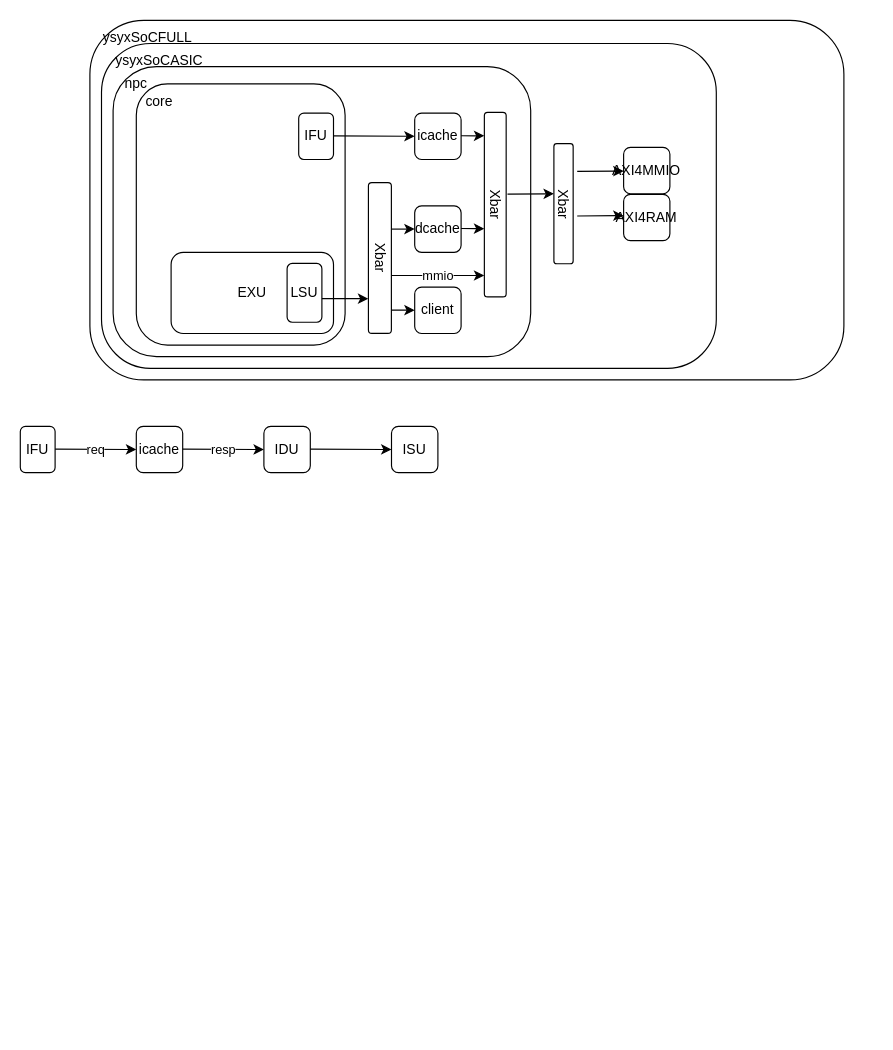
Before: page "Page-1" (1 of 2) of npc_architecture.drawio in DavidZyy/drawio_repo, a draw.io diagram. Source tidied: cells renumbered, new cells numbered last; positions are measured from the earlier drawing's top-left corner, leaving out a move shared by most shapes. Both pictures are drawn from the tidied source at 116%, with x=0, y=0 at pixel (20, 20).
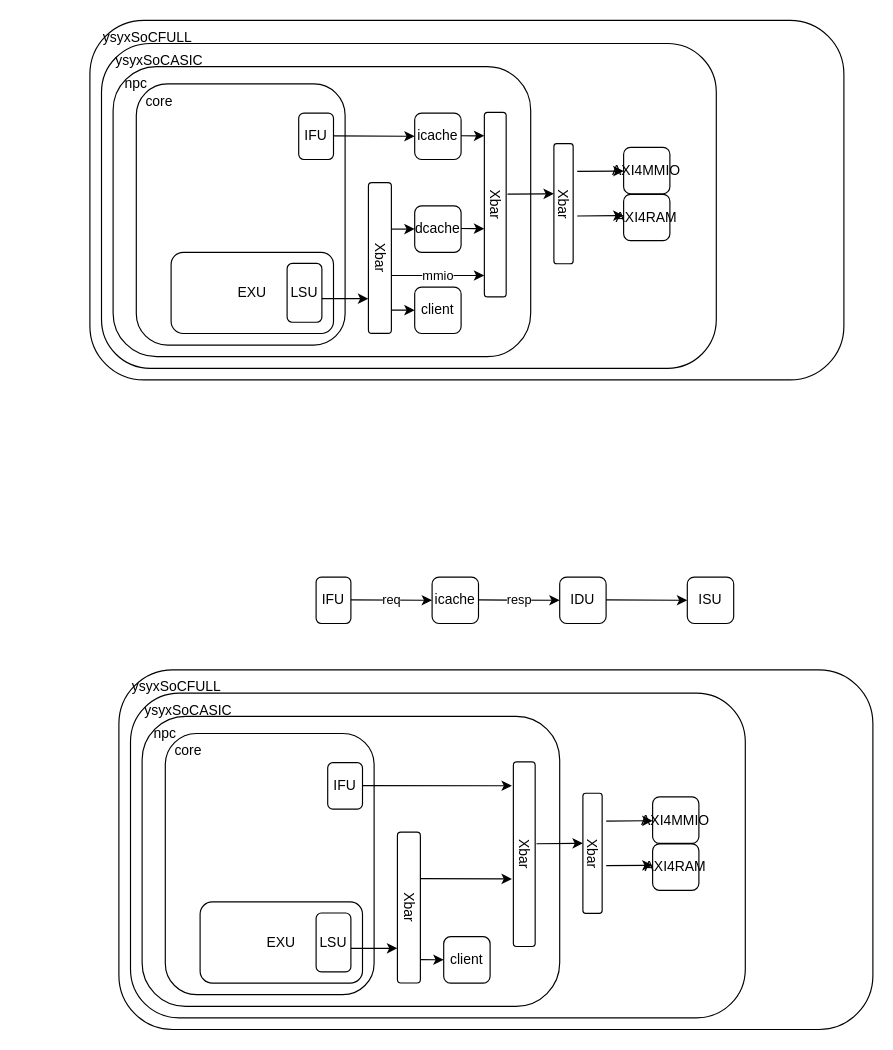
The same page after the edit.

What changed in the source:
```diff
@@
     <mxCell id="27" value="IFU" style="rounded=1;whiteSpace=wrap;html=1;" parent="1" vertex="1">
-      <mxGeometry y="350" width="30" height="40" as="geometry" />
+      <mxGeometry x="255" y="480" width="30" height="40" as="geometry" />
     </mxCell>
     <mxCell id="28" value="req" style="edgeStyle=none;orthogonalLoop=1;jettySize=auto;html=1;rounded=0;" parent="1" edge="1">
       <mxGeometry relative="1" as="geometry">
-        <mxPoint x="30" y="369.7" as="sourcePoint" />
-        <mxPoint x="100" y="370" as="targetPoint" />
+        <mxPoint x="285" y="499.7" as="sourcePoint" />
+        <mxPoint x="355" y="500" as="targetPoint" />
       </mxGeometry>
     </mxCell>
     <mxCell id="29" value="icache" style="rounded=1;whiteSpace=wrap;html=1;" parent="1" vertex="1">
-      <mxGeometry x="100" y="350" width="40" height="40" as="geometry" />
+      <mxGeometry x="355" y="480" width="40" height="40" as="geometry" />
     </mxCell>
     <mxCell id="30" value="resp" style="edgeStyle=none;orthogonalLoop=1;jettySize=auto;html=1;rounded=0;" parent="1" edge="1">
       <mxGeometry relative="1" as="geometry">
-        <mxPoint x="140" y="369.7" as="sourcePoint" />
-        <mxPoint x="210" y="370" as="targetPoint" />
+        <mxPoint x="395" y="499.7" as="sourcePoint" />
+        <mxPoint x="465" y="500" as="targetPoint" />
       </mxGeometry>
     </mxCell>
     <mxCell id="31" value="IDU" style="rounded=1;whiteSpace=wrap;html=1;" parent="1" vertex="1">
-      <mxGeometry x="210" y="350" width="40" height="40" as="geometry" />
+      <mxGeometry x="465" y="480" width="40" height="40" as="geometry" />
     </mxCell>
     <mxCell id="32" style="edgeStyle=none;orthogonalLoop=1;jettySize=auto;html=1;rounded=0;" parent="1" edge="1">
       <mxGeometry relative="1" as="geometry">
-        <mxPoint x="250" y="369.7" as="sourcePoint" />
-        <mxPoint x="320" y="370" as="targetPoint" />
+        <mxPoint x="505" y="499.7" as="sourcePoint" />
+        <mxPoint x="575" y="500" as="targetPoint" />
       </mxGeometry>
     </mxCell>
     <mxCell id="33" value="ISU" style="rounded=1;whiteSpace=wrap;html=1;" parent="1" vertex="1">
-      <mxGeometry x="320" y="350" width="40" height="40" as="geometry" />
+      <mxGeometry x="575" y="480" width="40" height="40" as="geometry" />
     </mxCell>
@@
+    <mxCell id="38" style="rounded=1;whiteSpace=wrap;html=1;fillColor=none;" parent="1" vertex="1">
+      <mxGeometry x="85" y="560" width="650" height="310" as="geometry" />
+    </mxCell>
+    <mxCell id="39" style="rounded=1;whiteSpace=wrap;html=1;fillColor=none;" parent="1" vertex="1">
+      <mxGeometry x="95" y="580" width="530" height="280" as="geometry" />
+    </mxCell>
+    <mxCell id="40" style="rounded=1;whiteSpace=wrap;html=1;fillColor=none;" parent="1" vertex="1">
+      <mxGeometry x="105" y="600" width="360" height="250" as="geometry" />
+    </mxCell>
+    <mxCell id="41" style="rounded=1;whiteSpace=wrap;html=1;fillColor=none;" parent="1" vertex="1">
+      <mxGeometry x="125" y="614.8" width="180" height="225.2" as="geometry" />
+    </mxCell>
+    <mxCell id="42" value="Xbar" style="rounded=1;whiteSpace=wrap;html=1;rotation=90;" parent="1" vertex="1">
+      <mxGeometry x="270" y="755" width="130" height="19.8" as="geometry" />
+    </mxCell>
+    <mxCell id="43" value="EXU" style="rounded=1;whiteSpace=wrap;html=1;fillColor=none;" parent="1" vertex="1">
+      <mxGeometry x="155" y="760" width="140" height="70" as="geometry" />
+    </mxCell>
+    <mxCell id="44" value="LSU" style="rounded=1;whiteSpace=wrap;html=1;fillColor=none;" parent="1" vertex="1">
+      <mxGeometry x="255" y="769.6" width="30" height="50.7" as="geometry" />
+    </mxCell>
+    <mxCell id="45" value="client" style="rounded=1;whiteSpace=wrap;html=1;" parent="1" vertex="1">
+      <mxGeometry x="365" y="790" width="40" height="40" as="geometry" />
+    </mxCell>
+    <mxCell id="46" style="edgeStyle=none;orthogonalLoop=1;jettySize=auto;html=1;rounded=0;" parent="1" edge="1">
+      <mxGeometry relative="1" as="geometry">
+        <mxPoint x="285" y="800" as="sourcePoint" />
+        <mxPoint x="325" y="800" as="targetPoint" />
+      </mxGeometry>
+    </mxCell>
+    <mxCell id="47" style="edgeStyle=none;orthogonalLoop=1;jettySize=auto;html=1;rounded=0;" parent="1" edge="1">
+      <mxGeometry relative="1" as="geometry">
+        <mxPoint x="345" y="809.8" as="sourcePoint" />
+        <mxPoint x="365" y="809.9" as="targetPoint" />
+      </mxGeometry>
+    </mxCell>
+    <mxCell id="48" style="edgeStyle=none;jettySize=auto;html=1;rounded=0;entryX=0.634;entryY=1.066;entryDx=0;entryDy=0;entryPerimeter=0;" parent="1" edge="1" target="49">
+      <mxGeometry relative="1" as="geometry">
+        <mxPoint x="345" y="740" as="sourcePoint" />
+      </mxGeometry>
+    </mxCell>
+    <mxCell id="49" value="Xbar" style="rounded=1;whiteSpace=wrap;html=1;rotation=90;" parent="1" vertex="1">
+      <mxGeometry x="354.9" y="709.5" width="159.1" height="18.8" as="geometry" />
+    </mxCell>
+    <mxCell id="50" style="edgeStyle=none;orthogonalLoop=1;jettySize=auto;html=1;rounded=0;" parent="1" edge="1">
+      <mxGeometry relative="1" as="geometry">
+        <mxPoint x="445" y="709.9" as="sourcePoint" />
+        <mxPoint x="485" y="709.5" as="targetPoint" />
+      </mxGeometry>
+    </mxCell>
+    <mxCell id="51" value="IFU" style="rounded=1;whiteSpace=wrap;html=1;" parent="1" vertex="1">
+      <mxGeometry x="265" y="640" width="30" height="40" as="geometry" />
+    </mxCell>
+    <mxCell id="52" style="edgeStyle=none;jettySize=auto;html=1;rounded=0;entryX=0.129;entryY=1.065;entryDx=0;entryDy=0;entryPerimeter=0;" parent="1" edge="1" target="49">
+      <mxGeometry relative="1" as="geometry">
+        <mxPoint x="295" y="659.7" as="sourcePoint" />
+      </mxGeometry>
+    </mxCell>
+    <mxCell id="53" value="npc" style="text;strokeColor=none;align=center;fillColor=none;html=1;verticalAlign=middle;whiteSpace=wrap;rounded=0;" parent="1" vertex="1">
+      <mxGeometry x="95" y="600" width="60" height="30" as="geometry" />
+    </mxCell>
+    <mxCell id="54" value="core" style="text;strokeColor=none;align=center;fillColor=none;html=1;verticalAlign=middle;whiteSpace=wrap;rounded=0;" parent="1" vertex="1">
+      <mxGeometry x="115" y="614.8" width="60" height="30" as="geometry" />
+    </mxCell>
+    <mxCell id="55" value="ysyxSoCASIC" style="text;strokeColor=none;align=center;fillColor=none;html=1;verticalAlign=middle;whiteSpace=wrap;rounded=0;" parent="1" vertex="1">
+      <mxGeometry x="115" y="580" width="60" height="30" as="geometry" />
+    </mxCell>
+    <mxCell id="56" value="ysyxSoCFULL" style="text;strokeColor=none;align=center;fillColor=none;html=1;verticalAlign=middle;whiteSpace=wrap;rounded=0;" parent="1" vertex="1">
+      <mxGeometry x="105" y="560" width="60" height="30" as="geometry" />
+    </mxCell>
+    <mxCell id="57" value="AXI4RAM" style="rounded=1;whiteSpace=wrap;html=1;" parent="1" vertex="1">
+      <mxGeometry x="545.1" y="710" width="39.9" height="40" as="geometry" />
+    </mxCell>
+    <mxCell id="58" value="Xbar" style="rounded=1;whiteSpace=wrap;html=1;rotation=90;" parent="1" vertex="1">
+      <mxGeometry x="441.5" y="709.8" width="103.6" height="16.6" as="geometry" />
+    </mxCell>
+    <mxCell id="59" style="edgeStyle=none;orthogonalLoop=1;jettySize=auto;html=1;rounded=0;" parent="1" edge="1">
+      <mxGeometry relative="1" as="geometry">
+        <mxPoint x="505.1" y="690.3" as="sourcePoint" />
+        <mxPoint x="545.1" y="690" as="targetPoint" />
+      </mxGeometry>
+    </mxCell>
+    <mxCell id="60" style="edgeStyle=none;orthogonalLoop=1;jettySize=auto;html=1;rounded=0;" parent="1" edge="1">
+      <mxGeometry relative="1" as="geometry">
+        <mxPoint x="505.1" y="728.7" as="sourcePoint" />
+        <mxPoint x="545.1" y="728.4" as="targetPoint" />
+      </mxGeometry>
+    </mxCell>
+    <mxCell id="61" value="AXI4MMIO" style="rounded=1;whiteSpace=wrap;html=1;" parent="1" vertex="1">
+      <mxGeometry x="545.1" y="669.5" width="39.9" height="40" as="geometry" />
+    </mxCell>
```
